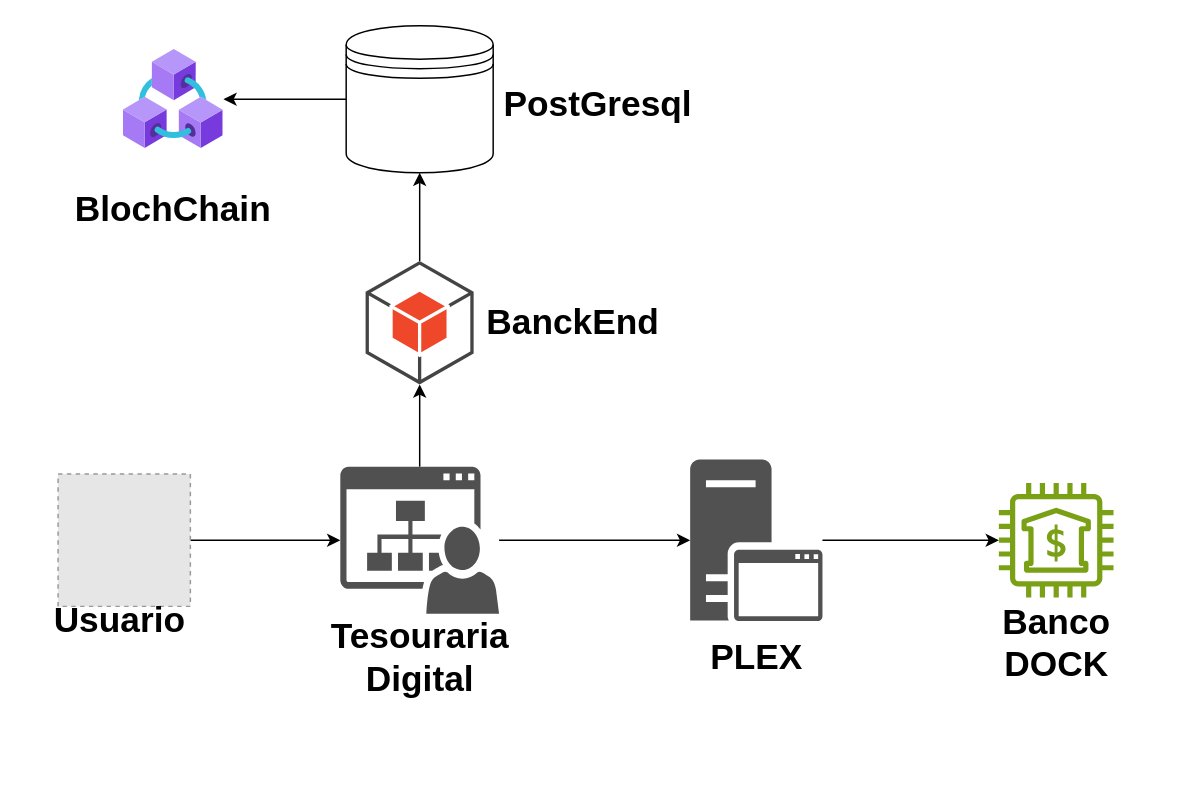
Above: page "Infra Estrutura de comunicação" (1 of 3) of Tesouraria Digital.drawio in tiagotts/tesouraria_digital (draw.io), before the change. Source tidied: cells renumbered, new cells numbered last; positions are measured from the earlier drawing's top-left corner, leaving out a move shared by most shapes. Both pictures are drawn from the tidied source at 147%, with x=0, y=0 at pixel (25, 25). Pictures stored in the file or linked from it are replaced by grey dashed boxes.
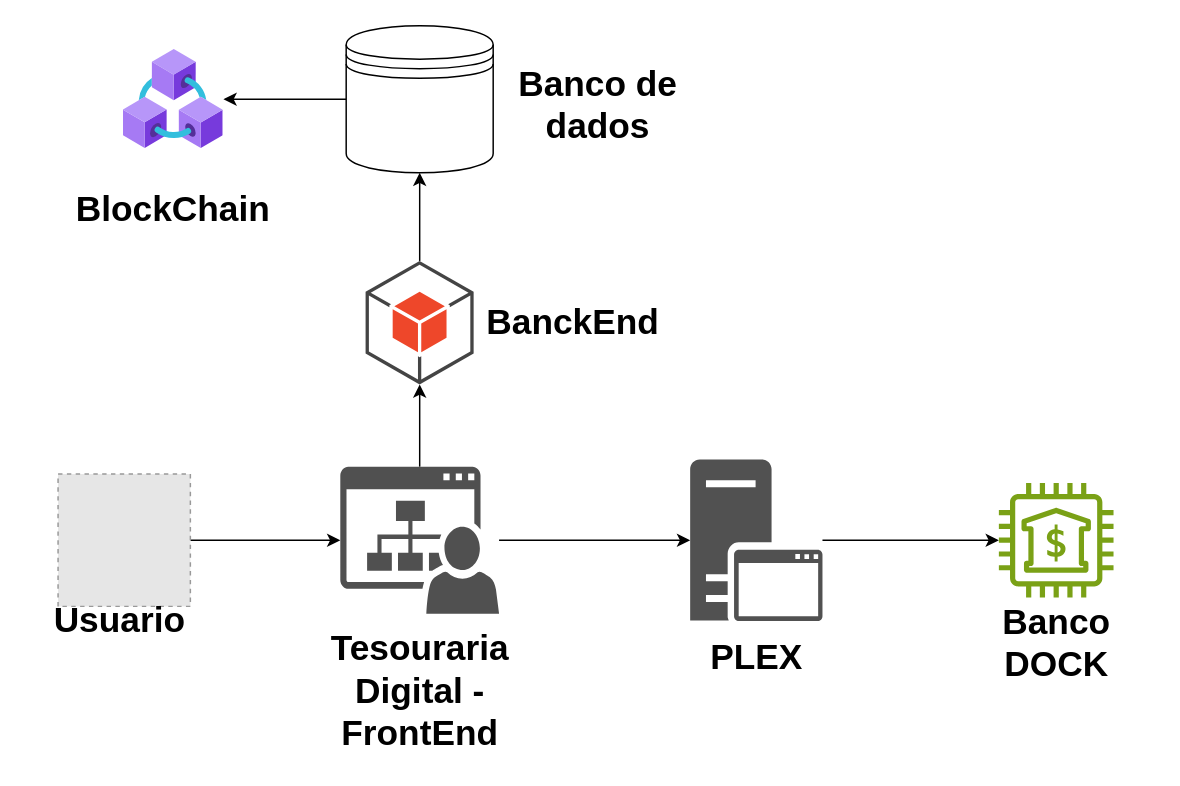
After the change.

Diff of the diagram source:
```diff
@@
-    <mxCell id="15" value="Tesouraria Digital" style="text;strokeColor=none;fillColor=none;html=1;fontSize=24;fontStyle=1;verticalAlign=middle;align=center;whiteSpace=wrap;" parent="1" vertex="1">
-      <mxGeometry x="200.5" y="405" width="135" height="50" as="geometry" />
+    <mxCell id="15" value="Tesouraria Digital - FrontEnd" style="text;strokeColor=none;fillColor=none;html=1;fontSize=24;fontStyle=1;verticalAlign=middle;align=center;whiteSpace=wrap;" parent="1" vertex="1">
+      <mxGeometry x="200.5" y="405" width="135" height="95" as="geometry" />
     </mxCell>
@@
-    <mxCell id="20" value="PostGresql" style="text;strokeColor=none;fillColor=none;html=1;fontSize=24;fontStyle=1;verticalAlign=middle;align=center;whiteSpace=wrap;" parent="1" vertex="1">
+    <mxCell id="20" value="Banco de dados" style="text;strokeColor=none;fillColor=none;html=1;fontSize=24;fontStyle=1;verticalAlign=middle;align=center;whiteSpace=wrap;" parent="1" vertex="1">
       <mxGeometry x="322" y="29" width="135" height="50" as="geometry" />
     </mxCell>
-    <mxCell id="21" value="BlochChain" style="text;strokeColor=none;fillColor=none;html=1;fontSize=24;fontStyle=1;verticalAlign=middle;align=center;whiteSpace=wrap;" parent="1" vertex="1">
+    <mxCell id="21" value="BlockChain" style="text;strokeColor=none;fillColor=none;html=1;fontSize=24;fontStyle=1;verticalAlign=middle;align=center;whiteSpace=wrap;" parent="1" vertex="1">
       <mxGeometry x="33" y="100" width="135" height="50" as="geometry" />
     </mxCell>
```
